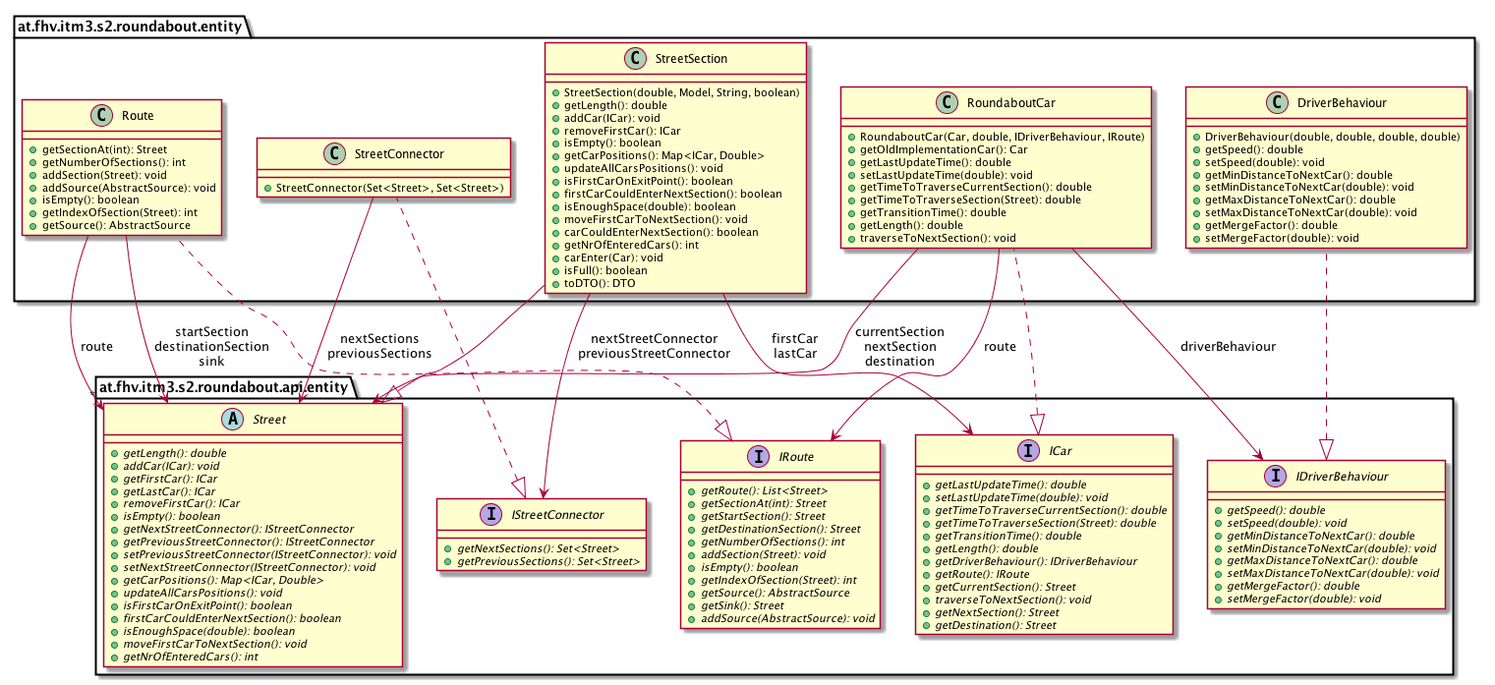
sereGkaluv/Roundabout-Simulation-Library keeps this PlantUML diagram as images/uml-class/at.fhv.itm3.s2.roundabout.entity.package.png. Above is the earlier version. Its diagram source:
```plantuml
@startuml

    namespace at.fhv.itm3.s2.roundabout.entity {

        class StreetConnector [[../../../../../at/fhv/itm3/s2/roundabout/entity/StreetConnector.html]] {
            +StreetConnector(Set<Street>, Set<Street>)
        }

        class Route [[../../../../../at/fhv/itm3/s2/roundabout/entity/Route.html]] {
            +getSectionAt(int): Street
            +getNumberOfSections(): int
            +addSection(Street): void
            +addSource(AbstractSource): void
            +isEmpty(): boolean
            +getIndexOfSection(Street): int
            +getSource(): AbstractSource
        }

        class DriverBehaviour [[../../../../../at/fhv/itm3/s2/roundabout/entity/DriverBehaviour.html]] {
            +DriverBehaviour(double, double, double, double)
            +getSpeed(): double
            +setSpeed(double): void
            +getMinDistanceToNextCar(): double
            +setMinDistanceToNextCar(double): void
            +getMaxDistanceToNextCar(): double
            +setMaxDistanceToNextCar(double): void
            +getMergeFactor(): double
            +setMergeFactor(double): void
        }

        class StreetSection [[../../../../../at/fhv/itm3/s2/roundabout/entity/StreetSection.html]] {
            +StreetSection(double, Model, String, boolean)
            +getLength(): double
            +addCar(ICar): void
            +removeFirstCar(): ICar
            +isEmpty(): boolean
            +getCarPositions(): Map<ICar, Double>
            +updateAllCarsPositions(): void
            +isFirstCarOnExitPoint(): boolean
            +firstCarCouldEnterNextSection(): boolean
            +isEnoughSpace(double): boolean
            +moveFirstCarToNextSection(): void
            +carCouldEnterNextSection(): boolean
            +getNrOfEnteredCars(): int
            +carEnter(Car): void
            +isFull(): boolean
            +toDTO(): DTO
        }

        class RoundaboutCar [[../../../../../at/fhv/itm3/s2/roundabout/entity/RoundaboutCar.html]] {
            +RoundaboutCar(Car, double, IDriverBehaviour, IRoute)
            +getOldImplementationCar(): Car
            +getLastUpdateTime(): double
            +setLastUpdateTime(double): void
            +getTimeToTraverseCurrentSection(): double
            +getTimeToTraverseSection(Street): double
            +getTransitionTime(): double
            +getLength(): double
            +traverseToNextSection(): void
        }

        interface at.fhv.itm3.s2.roundabout.api.entity.IStreetConnector {
            {abstract} +getNextSections(): Set<Street>
            {abstract} +getPreviousSections(): Set<Street>
        }
        at.fhv.itm3.s2.roundabout.api.entity.IStreetConnector <|.. StreetConnector

        interface at.fhv.itm3.s2.roundabout.api.entity.IRoute {
            {abstract} +getRoute(): List<Street>
            {abstract} +getSectionAt(int): Street
            {abstract} +getStartSection(): Street
            {abstract} +getDestinationSection(): Street
            {abstract} +getNumberOfSections(): int
            {abstract} +addSection(Street): void
            {abstract} +isEmpty(): boolean
            {abstract} +getIndexOfSection(Street): int
            {abstract} +getSource(): AbstractSource
            {abstract} +getSink(): Street
            {abstract} +addSource(AbstractSource): void
        }
        at.fhv.itm3.s2.roundabout.api.entity.IRoute <|.. Route

        interface at.fhv.itm3.s2.roundabout.api.entity.IDriverBehaviour {
            {abstract} +getSpeed(): double
            {abstract} +setSpeed(double): void
            {abstract} +getMinDistanceToNextCar(): double
            {abstract} +setMinDistanceToNextCar(double): void
            {abstract} +getMaxDistanceToNextCar(): double
            {abstract} +setMaxDistanceToNextCar(double): void
            {abstract} +getMergeFactor(): double
            {abstract} +setMergeFactor(double): void
        }
        at.fhv.itm3.s2.roundabout.api.entity.IDriverBehaviour <|.. DriverBehaviour

        abstract class at.fhv.itm3.s2.roundabout.api.entity.Street {
            {abstract} +getLength(): double
            {abstract} +addCar(ICar): void
            {abstract} +getFirstCar(): ICar
            {abstract} +getLastCar(): ICar
            {abstract} +removeFirstCar(): ICar
            {abstract} +isEmpty(): boolean
            {abstract} +getNextStreetConnector(): IStreetConnector
            {abstract} +getPreviousStreetConnector(): IStreetConnector
            {abstract} +setPreviousStreetConnector(IStreetConnector): void
            {abstract} +setNextStreetConnector(IStreetConnector): void
            {abstract} +getCarPositions(): Map<ICar, Double>
            {abstract} +updateAllCarsPositions(): void
            {abstract} +isFirstCarOnExitPoint(): boolean
            {abstract} +firstCarCouldEnterNextSection(): boolean
            {abstract} +isEnoughSpace(double): boolean
            {abstract} +moveFirstCarToNextSection(): void
            {abstract} +getNrOfEnteredCars(): int
        }
        at.fhv.itm3.s2.roundabout.api.entity.Street <|-- StreetSection

        interface at.fhv.itm3.s2.roundabout.api.entity.ICar {
            {abstract} +getLastUpdateTime(): double
            {abstract} +setLastUpdateTime(double): void
            {abstract} +getTimeToTraverseCurrentSection(): double
            {abstract} +getTimeToTraverseSection(Street): double
            {abstract} +getTransitionTime(): double
            {abstract} +getLength(): double
            {abstract} +getDriverBehaviour(): IDriverBehaviour
            {abstract} +getRoute(): IRoute
            {abstract} +getCurrentSection(): Street
            {abstract} +traverseToNextSection(): void
            {abstract} +getNextSection(): Street
            {abstract} +getDestination(): Street
        }
        at.fhv.itm3.s2.roundabout.api.entity.ICar <|.. RoundaboutCar

        StreetConnector --> "*" at.fhv.itm3.s2.roundabout.api.entity.Street: nextSections\npreviousSections

        Route --> "*" at.fhv.itm3.s2.roundabout.api.entity.Street: route

        Route --> at.fhv.itm3.s2.roundabout.api.entity.Street: startSection\ndestinationSection\nsink

        StreetSection --> at.fhv.itm3.s2.roundabout.api.entity.ICar: firstCar\nlastCar

        StreetSection --> at.fhv.itm3.s2.roundabout.api.entity.IStreetConnector: nextStreetConnector\npreviousStreetConnector

        RoundaboutCar --> at.fhv.itm3.s2.roundabout.api.entity.IDriverBehaviour: driverBehaviour

        RoundaboutCar --> at.fhv.itm3.s2.roundabout.api.entity.IRoute: route

        RoundaboutCar --> at.fhv.itm3.s2.roundabout.api.entity.Street: currentSection\nnextSection\ndestination

    }

@enduml
```
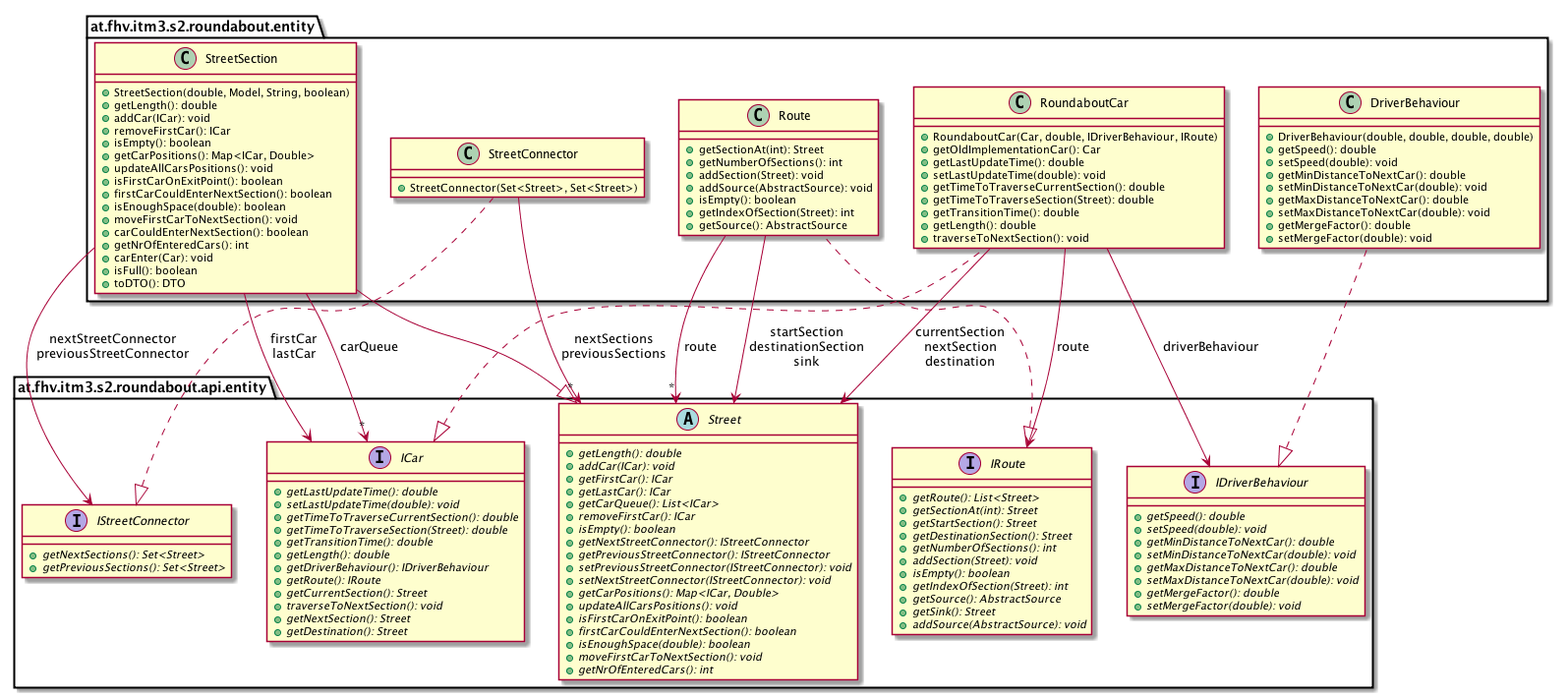
Later version of the same file.

The edit, as a diff of the source:
```diff
@@ -97,6 +97,7 @@
             {abstract} +addCar(ICar): void
             {abstract} +getFirstCar(): ICar
             {abstract} +getLastCar(): ICar
+            {abstract} +getCarQueue(): List<ICar>
             {abstract} +removeFirstCar(): ICar
             {abstract} +isEmpty(): boolean
             {abstract} +getNextStreetConnector(): IStreetConnector
@@ -137,6 +138,8 @@
 
         StreetSection --> at.fhv.itm3.s2.roundabout.api.entity.ICar: firstCar\nlastCar
 
+        StreetSection --> "*" at.fhv.itm3.s2.roundabout.api.entity.ICar: carQueue
+
         StreetSection --> at.fhv.itm3.s2.roundabout.api.entity.IStreetConnector: nextStreetConnector\npreviousStreetConnector
 
         RoundaboutCar --> at.fhv.itm3.s2.roundabout.api.entity.IDriverBehaviour: driverBehaviour
```
